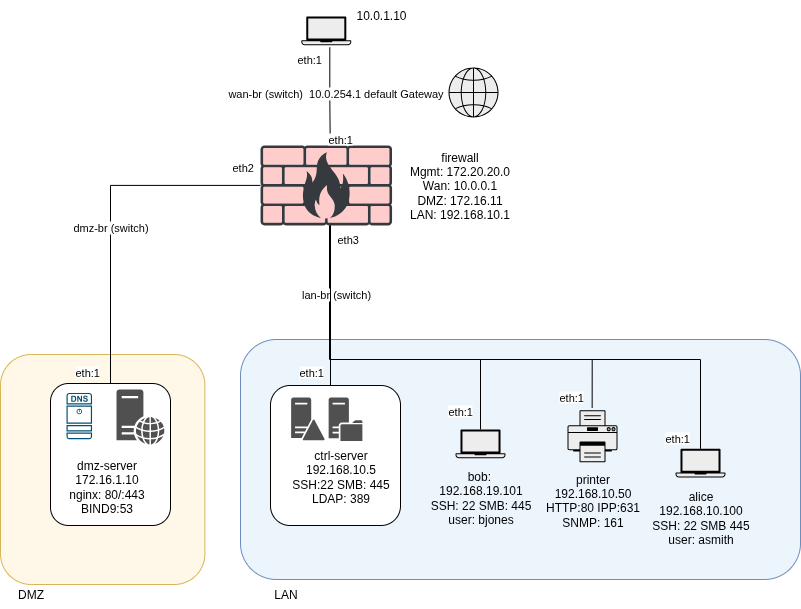
Earlier version of the draw.io export docs/thesis/assets/diagrams/virtual-environments/virtual-environments.drawio.png (nsak-team/nsak). Source tidied: cells renumbered, new cells last; positions are measured from the earlier drawing's top-left corner, leaving out a move shared by most shapes.
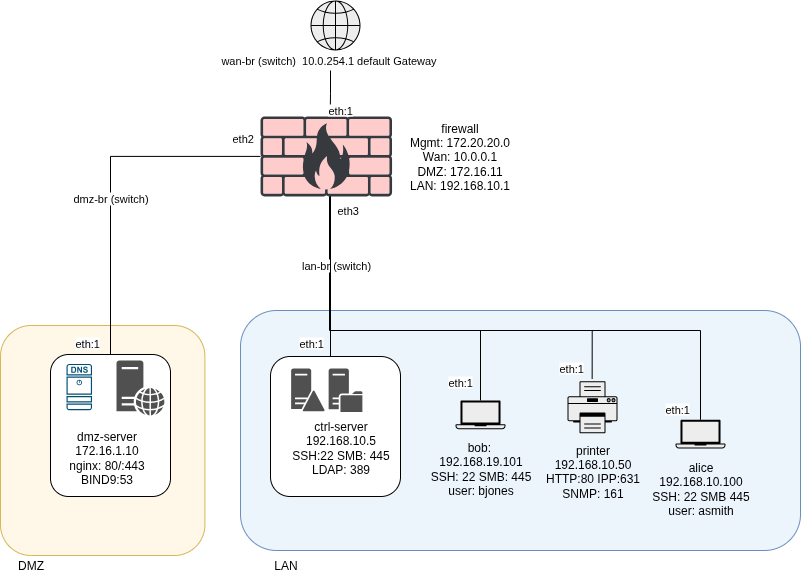
After the commit.

Change to the diagram source:
```diff
@@ -6,23 +6,17 @@
       <mxGeometry x="260" y="144.9" width="131.6" height="80" as="geometry" />
     </mxCell>
     <mxCell id="3" style="shape=mxgraph.networks2.icon;fillColor=#EDEDED;strokeColor=#000000;gradientColor=#5B6163;network2IconShadow=1;network2bgFillColor=none;labelPosition=center;verticalLabelPosition=bottom;align=center;verticalAlign=top;network2Icon=mxgraph.networks2.globe;network2IconW=1;network2IconH=1;" parent="1" vertex="1">
-      <mxGeometry x="448" y="67" width="50" height="50" as="geometry" />
+      <mxGeometry x="310" y="29" width="50" height="50" as="geometry" />
     </mxCell>
     <mxCell id="4" style="rounded=1;whiteSpace=wrap;html=1;fillColor=#FFF8E8;strokeColor=#d6b656;" parent="1" vertex="1">
       <mxGeometry y="354" width="204.4" height="230" as="geometry" />
     </mxCell>
-    <mxCell id="5" style="shape=mxgraph.networks2.icon;fillColor=#EDEDED;strokeColor=#000000;gradientColor=#5B6163;network2IconShadow=1;network2bgFillColor=none;labelPosition=center;verticalLabelPosition=bottom;align=center;verticalAlign=top;network2Icon=mxgraph.networks2.laptop;network2IconW=1;network2IconH=0.5734;" parent="1" vertex="1">
-      <mxGeometry x="300.8" y="16" width="50" height="28.7" as="geometry" />
-    </mxCell>
     <mxCell id="6" style="rounded=1;whiteSpace=wrap;html=1;fillColor=#ECF4FC;strokeColor=#6c8ebf;" parent="1" vertex="1">
       <mxGeometry x="240" y="339" width="560" height="240" as="geometry" />
     </mxCell>
     <mxCell id="7" value="&lt;div&gt;firewall&lt;/div&gt;&lt;div&gt;Mgmt: 172.20.20.0&lt;/div&gt;Wan: 10.0.0.1&lt;div&gt;DMZ: 172.16.11&lt;/div&gt;&lt;div&gt;LAN: 192.168.10.1&lt;/div&gt;" style="text;html=1;align=center;verticalAlign=middle;whiteSpace=wrap;rounded=0;" parent="1" vertex="1">
       <mxGeometry x="389" y="146.9" width="141" height="75.9" as="geometry" />
     </mxCell>
-    <mxCell id="8" value="10.0.1.10" style="text;html=1;align=center;verticalAlign=middle;whiteSpace=wrap;rounded=0;" parent="1" vertex="1">
-      <mxGeometry x="350.8" width="60" height="30" as="geometry" />
-    </mxCell>
     <mxCell id="9" value="DMZ" style="text;html=1;align=center;verticalAlign=middle;strokeColor=none;fillColor=none;" parent="1" vertex="1">
       <mxGeometry x="5" y="579" width="50" height="30" as="geometry" />
     </mxCell>
@@ -111,12 +105,12 @@
     </mxCell>
     <mxCell id="32" style="edgeStyle=orthogonalEdgeStyle;rounded=0;jettySize=auto;html=1;entryX=0.53;entryY=-0.004;entryDx=0;entryDy=0;entryPerimeter=0;endArrow=none;endFill=0;" parent="1" edge="1" target="2">
       <mxGeometry relative="1" as="geometry">
-        <mxPoint x="329.3" y="47" as="sourcePoint" />
+        <mxPoint x="330" y="99" as="sourcePoint" />
       </mxGeometry>
     </mxCell>
     <mxCell id="33" value="wan-br (switch)&amp;nbsp; 10.0.254.1 default Gateway" style="edgeLabel;html=1;align=center;verticalAlign=middle;" parent="32" vertex="1">
       <mxGeometry x="0.41" y="3" relative="1" as="geometry">
-        <mxPoint x="2" y="-23" as="offset" />
+        <mxPoint x="-5" y="-42" as="offset" />
       </mxGeometry>
     </mxCell>
     <mxCell id="34" style="group;" parent="1" vertex="1">
@@ -154,9 +148,6 @@
     <mxCell id="43" value="&lt;span style=&quot;color: rgb(0, 0, 0); font-family: Helvetica; font-size: 11px; font-style: normal; font-variant-ligatures: normal; font-variant-caps: normal; font-weight: 400; letter-spacing: normal; orphans: 2; text-align: center; text-indent: 0px; text-transform: none; widows: 2; word-spacing: 0px; -webkit-text-stroke-width: 0px; white-space: nowrap; background-color: rgb(255, 255, 255); text-decoration-thickness: initial; text-decoration-style: initial; text-decoration-color: initial; display: inline !important; float: none;&quot;&gt;eth3&lt;/span&gt;" style="text;whiteSpace=wrap;html=1;" parent="1" vertex="1">
       <mxGeometry x="335" y="224.9" width="26" height="21" as="geometry" />
     </mxCell>
-    <mxCell id="44" value="&lt;span style=&quot;color: rgb(0, 0, 0); font-family: Helvetica; font-size: 11px; font-style: normal; font-variant-ligatures: normal; font-variant-caps: normal; font-weight: 400; letter-spacing: normal; orphans: 2; text-align: center; text-indent: 0px; text-transform: none; widows: 2; word-spacing: 0px; -webkit-text-stroke-width: 0px; white-space: nowrap; background-color: rgb(255, 255, 255); text-decoration-thickness: initial; text-decoration-style: initial; text-decoration-color: initial; display: inline !important; float: none;&quot;&gt;eth:1&lt;/span&gt;" style="text;whiteSpace=wrap;html=1;" parent="1" vertex="1">
-      <mxGeometry x="295" y="44.7" width="34" height="22" as="geometry" />
-    </mxCell>
     <mxCell id="45" value="&lt;span style=&quot;color: rgb(0, 0, 0); font-family: Helvetica; font-size: 11px; font-style: normal; font-variant-ligatures: normal; font-variant-caps: normal; font-weight: 400; letter-spacing: normal; orphans: 2; text-align: center; text-indent: 0px; text-transform: none; widows: 2; word-spacing: 0px; -webkit-text-stroke-width: 0px; white-space: nowrap; background-color: rgb(255, 255, 255); text-decoration-thickness: initial; text-decoration-style: initial; text-decoration-color: initial; display: inline !important; float: none;&quot;&gt;eth:1&lt;/span&gt;" style="text;whiteSpace=wrap;html=1;" parent="1" vertex="1">
       <mxGeometry x="297" y="358" width="34" height="22" as="geometry" />
     </mxCell>
```
